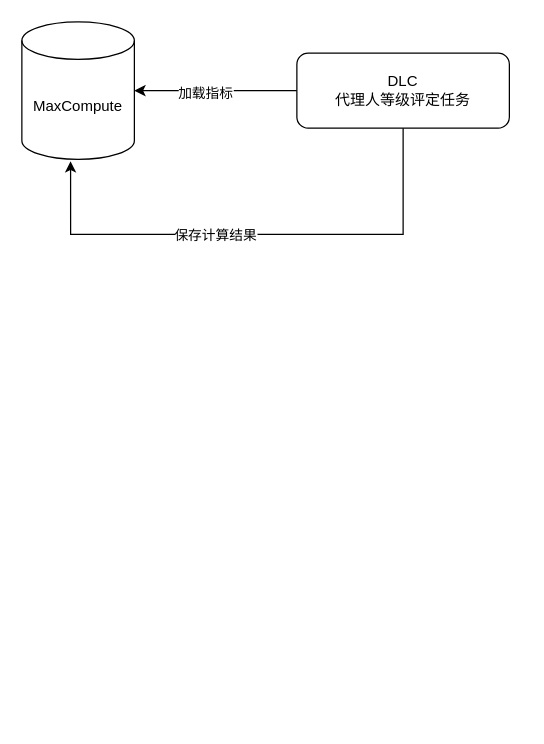
Above: 友邦/友邦等级评定数据流.drawio in XiaoLiuAI/diagrams (draw.io), before the change. Source tidied: cells renumbered, new cells numbered last; positions are measured from the earlier drawing's top-left corner, leaving out a move shared by most shapes. Both pictures are drawn from the tidied source at 125%, with x=0, y=0 at pixel (21, 21).
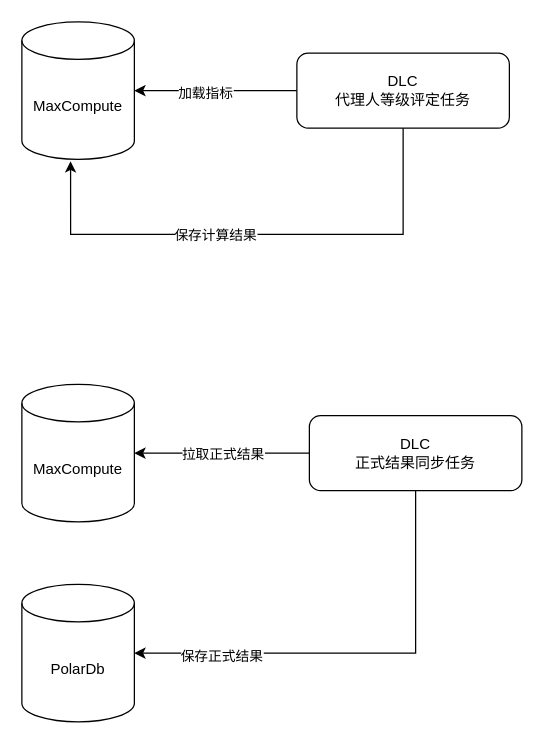
The same diagram, later.

Commit message (it also covers changes not shown here):
Update 友邦等级评定数据流.drawio

The edit, as a diff of the source:
```diff
@@
 <mxGraphModel>
   <root>
     <mxCell id="0" />
     <mxCell id="1" parent="0" />
     <mxCell id="2" value="MaxCompute" style="shape=cylinder3;whiteSpace=wrap;html=1;boundedLbl=1;backgroundOutline=1;size=15;" parent="1" vertex="1">
       <mxGeometry width="90" height="110" as="geometry" />
     </mxCell>
     <mxCell id="3" style="edgeStyle=orthogonalEdgeStyle;rounded=0;jettySize=auto;html=1;" parent="1" edge="1" source="5" target="2">
       <mxGeometry relative="1" as="geometry" />
     </mxCell>
     <mxCell id="4" value="加载指标" style="edgeLabel;html=1;align=center;verticalAlign=middle;" parent="3" vertex="1">
       <mxGeometry x="0.14" y="1" relative="1" as="geometry" />
     </mxCell>
     <mxCell id="5" value="DLC&lt;div&gt;代理人等级评定任务&lt;/div&gt;" style="rounded=1;whiteSpace=wrap;html=1;" parent="1" vertex="1">
       <mxGeometry x="220" y="25" width="170" height="60" as="geometry" />
     </mxCell>
     <mxCell id="6" style="edgeStyle=orthogonalEdgeStyle;rounded=0;jettySize=auto;html=1;entryX=0.433;entryY=1.014;entryDx=0;entryDy=0;entryPerimeter=0;" parent="1" edge="1" source="5" target="2">
       <mxGeometry relative="1" as="geometry">
         <Array as="points">
           <mxPoint x="305" y="170" />
           <mxPoint x="39" y="170" />
         </Array>
       </mxGeometry>
     </mxCell>
     <mxCell id="7" value="保存计算结果" style="edgeLabel;html=1;align=center;verticalAlign=middle;" parent="6" vertex="1">
       <mxGeometry x="0.13" y="4" relative="1" as="geometry">
         <mxPoint x="-5" y="-4" as="offset" />
       </mxGeometry>
     </mxCell>
+    <mxCell id="8" value="MaxCompute" style="shape=cylinder3;whiteSpace=wrap;html=1;boundedLbl=1;backgroundOutline=1;size=15;" parent="1" vertex="1">
+      <mxGeometry y="290" width="90" height="110" as="geometry" />
+    </mxCell>
+    <mxCell id="9" style="edgeStyle=orthogonalEdgeStyle;rounded=0;jettySize=auto;html=1;" parent="1" edge="1" source="11" target="8">
+      <mxGeometry relative="1" as="geometry" />
+    </mxCell>
+    <mxCell id="10" value="拉取正式结果" style="edgeLabel;html=1;align=center;verticalAlign=middle;" parent="9" vertex="1">
+      <mxGeometry x="0.1" y="-1" relative="1" as="geometry">
+        <mxPoint x="7" y="1" as="offset" />
+      </mxGeometry>
+    </mxCell>
+    <mxCell id="11" value="DLC&lt;div&gt;正式结果同步任务&lt;/div&gt;" style="rounded=1;whiteSpace=wrap;html=1;" parent="1" vertex="1">
+      <mxGeometry x="230" y="315" width="170" height="60" as="geometry" />
+    </mxCell>
+    <mxCell id="12" value="PolarDb" style="shape=cylinder3;whiteSpace=wrap;html=1;boundedLbl=1;backgroundOutline=1;size=15;" parent="1" vertex="1">
+      <mxGeometry y="450" width="90" height="110" as="geometry" />
+    </mxCell>
+    <mxCell id="13" style="edgeStyle=orthogonalEdgeStyle;rounded=0;jettySize=auto;html=1;entryX=1;entryY=0.5;entryDx=0;entryDy=0;entryPerimeter=0;" parent="1" edge="1" source="11" target="12">
+      <mxGeometry relative="1" as="geometry">
+        <Array as="points">
+          <mxPoint x="315" y="505" />
+        </Array>
+      </mxGeometry>
+    </mxCell>
+    <mxCell id="14" value="保存正式结果" style="edgeLabel;html=1;align=center;verticalAlign=middle;" parent="13" vertex="1">
+      <mxGeometry x="0.61" y="2" relative="1" as="geometry" />
+    </mxCell>
   </root>
 </mxGraphModel>
```
